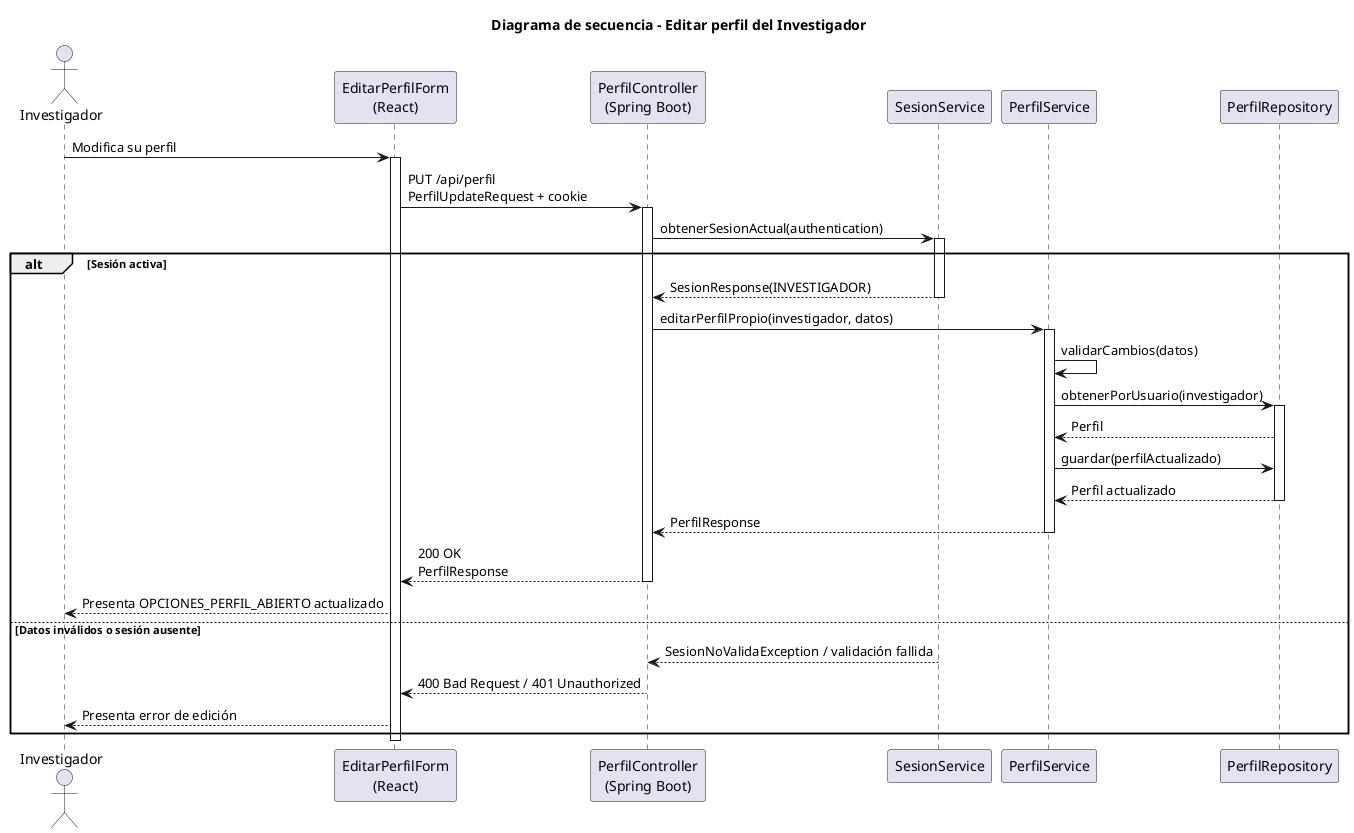
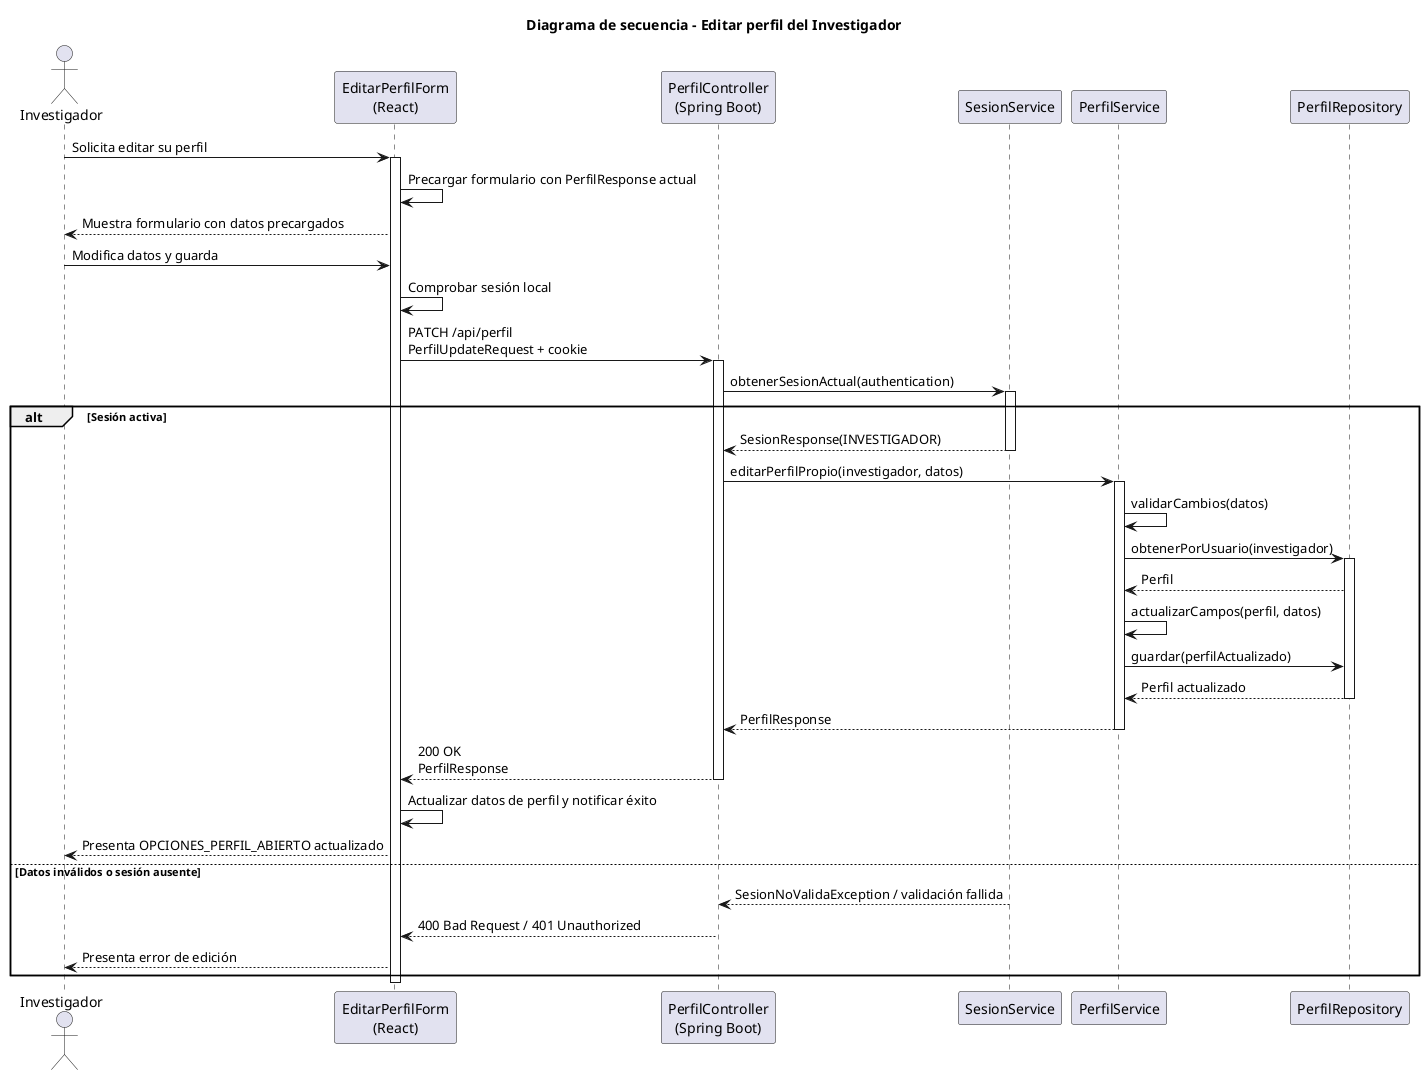
@startuml editarPerfil-investigador-diseño
title Diagrama de secuencia - Editar perfil del Investigador

actor Investigador
participant "EditarPerfilForm\n(React)" as Frontend
participant "PerfilController\n(Spring Boot)" as Api
participant "SesionService" as Sesion
participant "PerfilService" as PerfilService
participant "PerfilRepository" as PerfilRepository

- Investigador -> Frontend: Modifica su perfil
+ Investigador -> Frontend: Solicita editar su perfil
activate Frontend
- Frontend -> Api: PUT /api/perfil\nPerfilUpdateRequest + cookie
+ Frontend -> Frontend: Precargar formulario con PerfilResponse actual
+ Frontend --> Investigador: Muestra formulario con datos precargados
+ Investigador -> Frontend: Modifica datos y guarda
+ Frontend -> Frontend: Comprobar sesión local
+ Frontend -> Api: PATCH /api/perfil\nPerfilUpdateRequest + cookie
activate Api
Api -> Sesion: obtenerSesionActual(authentication)
activate Sesion
alt Sesión activa
    Sesion --> Api: SesionResponse(INVESTIGADOR)
    deactivate Sesion
    Api -> PerfilService: editarPerfilPropio(investigador, datos)
    activate PerfilService
    PerfilService -> PerfilService: validarCambios(datos)
    PerfilService -> PerfilRepository: obtenerPorUsuario(investigador)
    activate PerfilRepository
    PerfilRepository --> PerfilService: Perfil
+     PerfilService -> PerfilService: actualizarCampos(perfil, datos)
    PerfilService -> PerfilRepository: guardar(perfilActualizado)
    PerfilRepository --> PerfilService: Perfil actualizado
    deactivate PerfilRepository
    PerfilService --> Api: PerfilResponse
    deactivate PerfilService
    Api --> Frontend: 200 OK\nPerfilResponse
    deactivate Api
+     Frontend -> Frontend: Actualizar datos de perfil y notificar éxito
    Frontend --> Investigador: Presenta OPCIONES_PERFIL_ABIERTO actualizado
else Datos inválidos o sesión ausente
    Sesion --> Api: SesionNoValidaException / validación fallida
    deactivate Sesion
    Api --> Frontend: 400 Bad Request / 401 Unauthorized
    deactivate Api
    Frontend --> Investigador: Presenta error de edición
end
deactivate Frontend
@enduml
